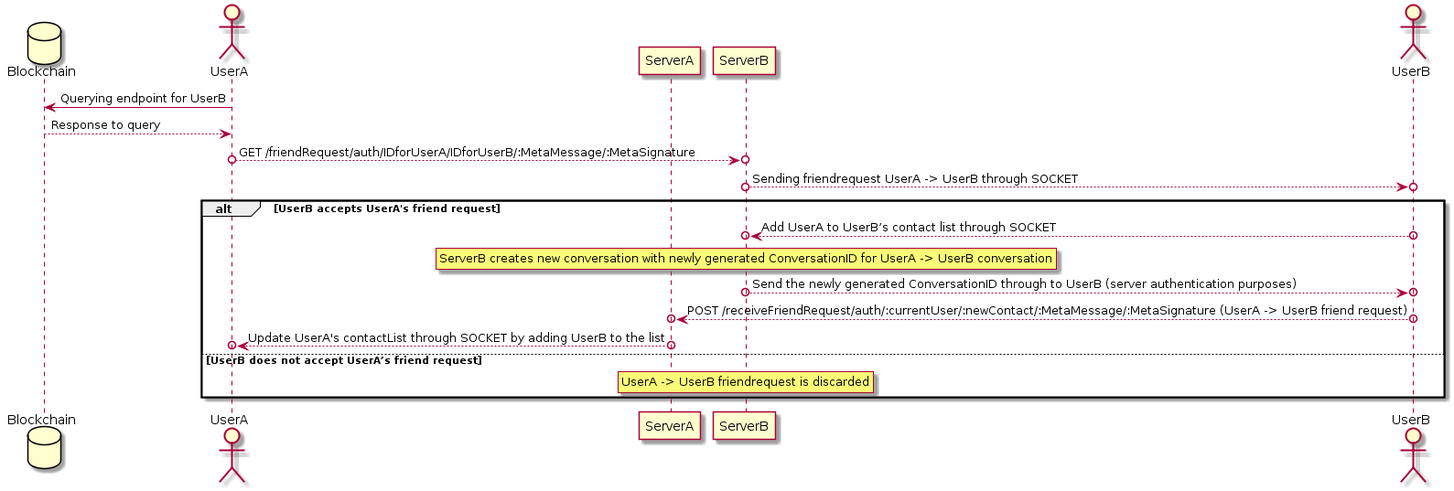
haidedang/mbbc keeps this PlantUML diagram as Diagrams/friendrequest.png. Above is the earlier version. Its diagram source:
```plantuml
@startuml
database Blockchain
actor UserA
participant ServerA
participant ServerB
actor UserB

UserA -> Blockchain: Querying endpoint for UserB
Blockchain --> UserA: Response to query
UserA o-->o ServerB: GET /friendRequest/auth/IDforUserA/IDforUserB/:MetaMessage/:MetaSignature
ServerB o-->o UserB: Sending friendrequest UserA -> UserB through SOCKET
alt UserB accepts UserA's friend request
	UserB o-->o ServerB: Add UserA to UserB?s contact list through SOCKET
	rnote over ServerB
		ServerB creates new conversation with newly generated ConversationID for UserA -> UserB conversation
	endrnote
        ServerB o-->o UserB: Send the newly generated ConversationID through to UserB (server authentication purposes)
	UserB o-->o ServerA: POST /receiveFriendRequest/auth/:currentUser/:newContact/:MetaMessage/:MetaSignature (UserA -> UserB friend request)
	ServerA o-->o UserA: Update UserA's contactList through SOCKET by adding UserB to the list
else UserB does not accept UserA?s friend request
	rnote over ServerB
		UserA -> UserB friendrequest is discarded
	endrnote
end
@enduml
```
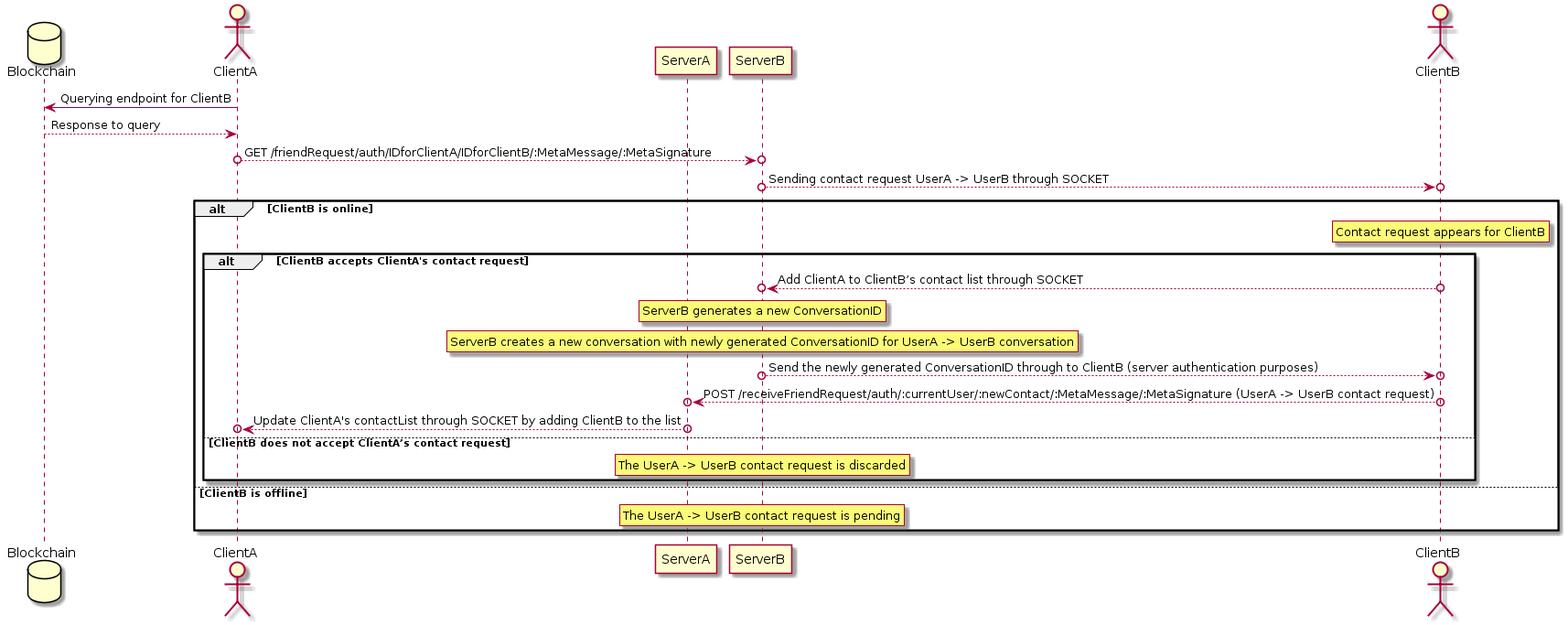
Above is the later version.

The edit, as a diff of the source:
```diff
@@ -1,25 +1,37 @@
 @startuml
 database Blockchain
-actor UserA
+actor ClientA
 participant ServerA
 participant ServerB
-actor UserB
+actor ClientB
 
-UserA -> Blockchain: Querying endpoint for UserB
-Blockchain --> UserA: Response to query
-UserA o-->o ServerB: GET /friendRequest/auth/IDforUserA/IDforUserB/:MetaMessage/:MetaSignature
-ServerB o-->o UserB: Sending friendrequest UserA -> UserB through SOCKET
-alt UserB accepts UserA's friend request
-	UserB o-->o ServerB: Add UserA to UserB?s contact list through SOCKET
-	rnote over ServerB
-		ServerB creates new conversation with newly generated ConversationID for UserA -> UserB conversation
-	endrnote
-        ServerB o-->o UserB: Send the newly generated ConversationID through to UserB (server authentication purposes)
-	UserB o-->o ServerA: POST /receiveFriendRequest/auth/:currentUser/:newContact/:MetaMessage/:MetaSignature (UserA -> UserB friend request)
-	ServerA o-->o UserA: Update UserA's contactList through SOCKET by adding UserB to the list
-else UserB does not accept UserA?s friend request
-	rnote over ServerB
-		UserA -> UserB friendrequest is discarded
-	endrnote
+ClientA -> Blockchain: Querying endpoint for ClientB
+Blockchain --> ClientA: Response to query
+ClientA o-->o ServerB: GET /friendRequest/auth/IDforClientA/IDforClientB/:MetaMessage/:MetaSignature
+ServerB o-->o ClientB: Sending contact request UserA -> UserB through SOCKET
+alt ClientB is online
+    rnote over ClientB
+    		Contact request appears for ClientB
+    endrnote
+    alt ClientB accepts ClientA's contact request
+    	ClientB o-->o ServerB: Add ClientA to ClientB?s contact list through SOCKET
+    	rnote over ServerB
+    	    ServerB generates a new ConversationID
+    	endrnote
+    	rnote over ServerB
+    		ServerB creates a new conversation with newly generated ConversationID for UserA -> UserB conversation
+    	endrnote
+            ServerB o-->o ClientB: Send the newly generated ConversationID through to ClientB (server authentication purposes)
+    	ClientB o-->o ServerA: POST /receiveFriendRequest/auth/:currentUser/:newContact/:MetaMessage/:MetaSignature (UserA -> UserB contact request)
+    	ServerA o-->o ClientA: Update ClientA's contactList through SOCKET by adding ClientB to the list
+    else ClientB does not accept ClientA?s contact request
+    	rnote over ServerB
+    		The UserA -> UserB contact request is discarded
+    	endrnote
+    end
+else ClientB is offline
+    rnote over ServerB
+        The UserA -> UserB contact request is pending
+    endrnote
 end
 @enduml
```
